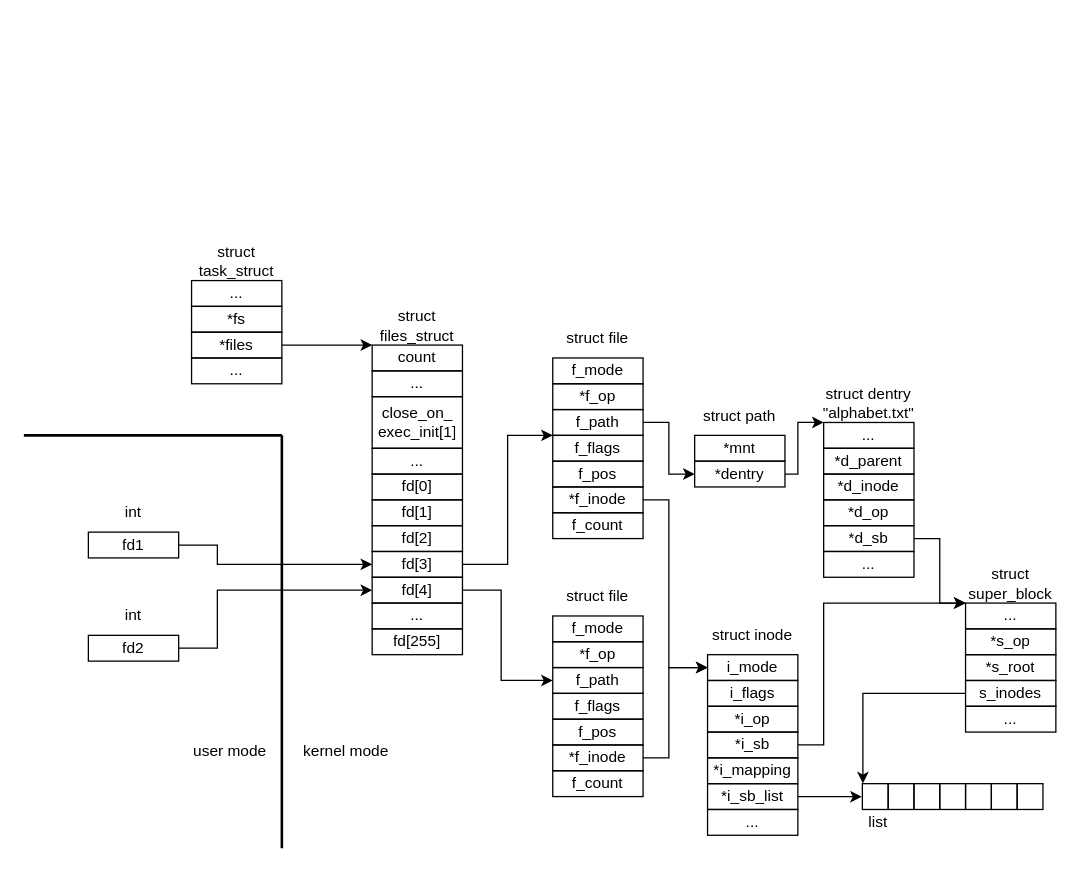
This is page "2" (2 of 3) of 06/lab_08/report/inc/img/1.drawio from fleshbound/bmstu-os, a draw.io file, before an edit. Source tidied: cells renumbered, new cells numbered last; positions are measured from the earlier drawing's top-left corner, leaving out a move shared by most shapes. Both pictures are drawn from the tidied source at 129%, with x=0, y=0 at pixel (23, 241).
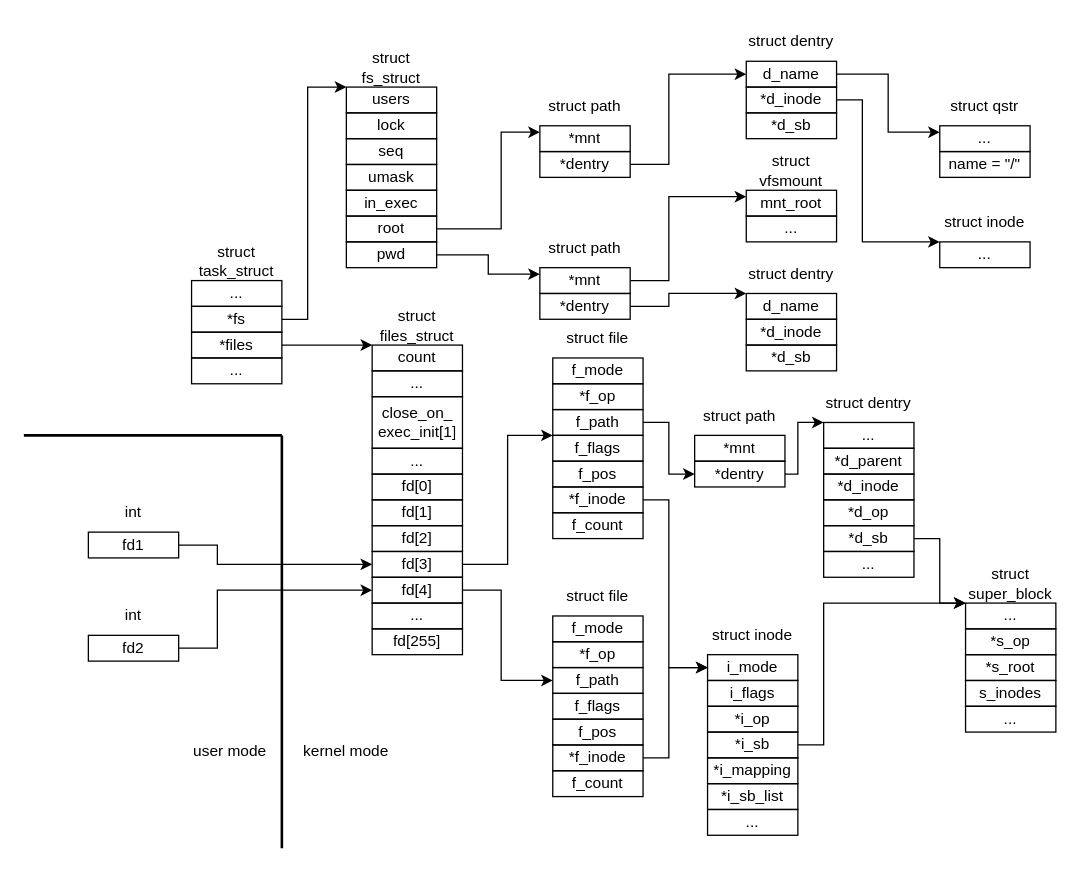
Above is the later version.

Unchanged cells that the change refers to:
```xml
<mxCell id="4" value="*fs" style="text;strokeColor=default;fillColor=none;align=center;verticalAlign=middle;spacingLeft=4;spacingRight=4;overflow=hidden;points=[[0,0.5],[1,0.5]];portConstraint=eastwest;whiteSpace=wrap;html=1;" parent="2" vertex="1">
  <mxGeometry y="50" width="70" height="20" as="geometry" />
</mxCell>
<mxCell id="51" value="s_inodes" style="text;strokeColor=default;fillColor=none;align=center;verticalAlign=middle;spacingLeft=4;spacingRight=4;overflow=hidden;points=[[0,0.5],[1,0.5]];portConstraint=eastwest;whiteSpace=wrap;html=1;" parent="47" vertex="1">
  <mxGeometry y="90" width="70" height="20" as="geometry" />
</mxCell>
<mxCell id="76" value="*i_sb_list" style="text;strokeColor=default;fillColor=none;align=center;verticalAlign=middle;spacingLeft=4;spacingRight=4;overflow=hidden;points=[[0,0.5],[1,0.5]];portConstraint=eastwest;whiteSpace=wrap;html=1;" parent="70" vertex="1">
  <mxGeometry y="130" width="70" height="20" as="geometry" />
</mxCell>
```

Change to the diagram source:
```diff
@@
-    <mxCell id="37" value="struct dentry &quot;alphabet.txt&quot;" style="swimlane;fontStyle=0;horizontal=1;startSize=30;whiteSpace=wrap;html=1;swimlaneLine=1;strokeColor=none;fillColor=default;" parent="1" vertex="1">
+    <mxCell id="37" value="struct dentry" style="swimlane;fontStyle=0;horizontal=1;startSize=30;whiteSpace=wrap;html=1;swimlaneLine=1;strokeColor=none;fillColor=default;" parent="1" vertex="1">
       <mxGeometry x="620" y="110" width="70" height="150" as="geometry" />
     </mxCell>
@@
-    <mxCell id="63" style="edgeStyle=orthogonalEdgeStyle;rounded=0;jettySize=auto;html=1;entryX=-0.007;entryY=0.98;entryDx=0;entryDy=0;entryPerimeter=0;" parent="1" edge="1" source="51" target="82">
-      <mxGeometry relative="1" as="geometry">
-        <Array as="points">
-          <mxPoint x="650" y="350" />
-        </Array>
-      </mxGeometry>
-    </mxCell>
@@
-    <mxCell id="78" style="edgeStyle=orthogonalEdgeStyle;rounded=0;jettySize=auto;html=1;entryX=0.506;entryY=1.022;entryDx=0;entryDy=0;entryPerimeter=0;" parent="1" edge="1" source="76" target="82">
-      <mxGeometry relative="1" as="geometry" />
-    </mxCell>
@@
-    <mxCell id="80" style="group;" parent="1" vertex="1">
-      <mxGeometry x="640" y="420" width="150" height="40" as="geometry" />
-    </mxCell>
-    <mxCell id="81" style="group;rotation=90;" parent="80" vertex="1">
-      <mxGeometry x="70" y="-60" width="20" height="140" as="geometry" />
-    </mxCell>
-    <mxCell id="82" value="&lt;span style=&quot;color: rgba(0, 0, 0, 0); font-family: monospace; font-size: 0px; text-align: start; text-wrap: nowrap;&quot;&gt;lis&lt;/span&gt;" style="text;strokeColor=default;fillColor=none;align=center;verticalAlign=middle;spacingLeft=4;spacingRight=4;overflow=hidden;points=[[0,0.5],[1,0.5]];portConstraint=eastwest;whiteSpace=wrap;html=1;rotation=90;" parent="81" vertex="1">
-      <mxGeometry x="-60" y="60" width="20" height="20" as="geometry" />
-    </mxCell>
-    <mxCell id="83" style="text;strokeColor=default;fillColor=none;align=center;verticalAlign=middle;spacingLeft=4;spacingRight=4;overflow=hidden;whiteSpace=wrap;html=1;rotation=90;" parent="81" vertex="1">
-      <mxGeometry x="-40" y="60" width="20" height="20" as="geometry" />
-    </mxCell>
-    <mxCell id="84" style="text;strokeColor=default;fillColor=none;align=center;verticalAlign=middle;spacingLeft=4;spacingRight=4;overflow=hidden;whiteSpace=wrap;html=1;rotation=90;" parent="81" vertex="1">
-      <mxGeometry x="-20" y="60" width="20" height="20" as="geometry" />
-    </mxCell>
-    <mxCell id="85" style="text;strokeColor=default;fillColor=none;align=center;verticalAlign=middle;spacingLeft=4;spacingRight=4;overflow=hidden;whiteSpace=wrap;html=1;rotation=90;" parent="81" vertex="1">
-      <mxGeometry y="60" width="20" height="20" as="geometry" />
-    </mxCell>
-    <mxCell id="86" style="text;strokeColor=default;fillColor=none;align=center;verticalAlign=middle;spacingLeft=4;spacingRight=4;overflow=hidden;whiteSpace=wrap;html=1;rotation=90;" parent="81" vertex="1">
-      <mxGeometry x="20" y="60" width="20" height="20" as="geometry" />
-    </mxCell>
-    <mxCell id="87" style="text;strokeColor=default;fillColor=none;align=center;verticalAlign=middle;spacingLeft=4;spacingRight=4;overflow=hidden;whiteSpace=wrap;html=1;rotation=90;" parent="81" vertex="1">
-      <mxGeometry x="40" y="60" width="20" height="20" as="geometry" />
-    </mxCell>
-    <mxCell id="88" style="text;strokeColor=default;fillColor=none;align=center;verticalAlign=middle;spacingLeft=4;spacingRight=4;overflow=hidden;whiteSpace=wrap;html=1;rotation=90;" parent="81" vertex="1">
-      <mxGeometry x="60" y="60" width="20" height="20" as="geometry" />
-    </mxCell>
-    <mxCell id="89" value="list" style="text;strokeColor=none;fillColor=none;align=center;verticalAlign=middle;spacingLeft=4;spacingRight=4;overflow=hidden;whiteSpace=wrap;html=1;" parent="80" vertex="1">
-      <mxGeometry y="20" width="45" height="20" as="geometry" />
-    </mxCell>
+    <mxCell id="90" value="struct fs_struct" style="swimlane;fontStyle=0;horizontal=1;startSize=30;whiteSpace=wrap;html=1;swimlaneLine=1;strokeColor=none;fillColor=default;" parent="1" vertex="1">
+      <mxGeometry x="250" y="-150" width="70" height="170" as="geometry" />
+    </mxCell>
+    <mxCell id="91" value="users" style="text;strokeColor=default;fillColor=none;align=center;verticalAlign=middle;spacingLeft=4;spacingRight=4;overflow=hidden;whiteSpace=wrap;html=1;" parent="90" vertex="1">
+      <mxGeometry y="30" width="70" height="20" as="geometry" />
+    </mxCell>
+    <mxCell id="92" value="lock" style="text;strokeColor=default;fillColor=none;align=center;verticalAlign=middle;spacingLeft=4;spacingRight=4;overflow=hidden;whiteSpace=wrap;html=1;" parent="90" vertex="1">
+      <mxGeometry y="50" width="70" height="20" as="geometry" />
+    </mxCell>
+    <mxCell id="93" value="seq" style="text;strokeColor=default;fillColor=none;align=center;verticalAlign=middle;spacingLeft=4;spacingRight=4;overflow=hidden;whiteSpace=wrap;html=1;" parent="90" vertex="1">
+      <mxGeometry y="70" width="70" height="20" as="geometry" />
+    </mxCell>
+    <mxCell id="94" value="umask" style="text;strokeColor=default;fillColor=none;align=center;verticalAlign=middle;spacingLeft=4;spacingRight=4;overflow=hidden;whiteSpace=wrap;html=1;" parent="90" vertex="1">
+      <mxGeometry y="90" width="70" height="20" as="geometry" />
+    </mxCell>
+    <mxCell id="95" value="in_exec" style="text;strokeColor=default;fillColor=none;align=center;verticalAlign=middle;spacingLeft=4;spacingRight=4;overflow=hidden;whiteSpace=wrap;html=1;" parent="90" vertex="1">
+      <mxGeometry y="110" width="70" height="20" as="geometry" />
+    </mxCell>
+    <mxCell id="96" value="root" style="text;strokeColor=default;fillColor=none;align=center;verticalAlign=middle;spacingLeft=4;spacingRight=4;overflow=hidden;points=[[0,0.5],[1,0.5]];portConstraint=eastwest;whiteSpace=wrap;html=1;" parent="90" vertex="1">
+      <mxGeometry y="130" width="70" height="20" as="geometry" />
+    </mxCell>
+    <mxCell id="97" value="pwd" style="text;strokeColor=default;fillColor=none;align=center;verticalAlign=middle;spacingLeft=4;spacingRight=4;overflow=hidden;points=[[0,0.5],[1,0.5]];portConstraint=eastwest;whiteSpace=wrap;html=1;" parent="90" vertex="1">
+      <mxGeometry y="150" width="70" height="20" as="geometry" />
+    </mxCell>
+    <mxCell id="98" value="struct path" style="swimlane;fontStyle=0;horizontal=1;startSize=30;whiteSpace=wrap;html=1;swimlaneLine=1;strokeColor=none;fillColor=default;" parent="1" vertex="1">
+      <mxGeometry x="400" y="-120" width="70" height="70" as="geometry" />
+    </mxCell>
+    <mxCell id="99" value="*mnt" style="text;strokeColor=default;fillColor=none;align=center;verticalAlign=middle;spacingLeft=4;spacingRight=4;overflow=hidden;whiteSpace=wrap;html=1;" parent="98" vertex="1">
+      <mxGeometry y="30" width="70" height="20" as="geometry" />
+    </mxCell>
+    <mxCell id="100" value="*dentry" style="text;strokeColor=default;fillColor=none;align=center;verticalAlign=middle;spacingLeft=4;spacingRight=4;overflow=hidden;points=[[0,0.5],[1,0.5]];portConstraint=eastwest;whiteSpace=wrap;html=1;" parent="98" vertex="1">
+      <mxGeometry y="50" width="70" height="20" as="geometry" />
+    </mxCell>
+    <mxCell id="101" style="edgeStyle=orthogonalEdgeStyle;rounded=0;jettySize=auto;html=1;exitX=1;exitY=0.5;exitDx=0;exitDy=0;" parent="1" edge="1" source="96" target="98">
+      <mxGeometry relative="1" as="geometry">
+        <Array as="points">
+          <mxPoint x="370" y="-10" />
+          <mxPoint x="370" y="-85" />
+        </Array>
+      </mxGeometry>
+    </mxCell>
+    <mxCell id="102" value="struct path" style="swimlane;fontStyle=0;horizontal=1;startSize=30;whiteSpace=wrap;html=1;swimlaneLine=1;strokeColor=none;fillColor=default;" parent="1" vertex="1">
+      <mxGeometry x="400" y="-10" width="70" height="70" as="geometry" />
+    </mxCell>
+    <mxCell id="103" value="*mnt" style="text;strokeColor=default;fillColor=none;align=center;verticalAlign=middle;spacingLeft=4;spacingRight=4;overflow=hidden;points=[[0,0.5],[1,0.5]];portConstraint=eastwest;whiteSpace=wrap;html=1;" parent="102" vertex="1">
+      <mxGeometry y="30" width="70" height="20" as="geometry" />
+    </mxCell>
+    <mxCell id="104" value="*dentry" style="text;strokeColor=default;fillColor=none;align=center;verticalAlign=middle;spacingLeft=4;spacingRight=4;overflow=hidden;points=[[0,0.5],[1,0.5]];portConstraint=eastwest;whiteSpace=wrap;html=1;" parent="102" vertex="1">
+      <mxGeometry y="50" width="70" height="20" as="geometry" />
+    </mxCell>
+    <mxCell id="105" style="edgeStyle=orthogonalEdgeStyle;rounded=0;jettySize=auto;html=1;exitX=1;exitY=0.5;exitDx=0;exitDy=0;" parent="1" edge="1" source="97" target="102">
+      <mxGeometry relative="1" as="geometry" />
+    </mxCell>
+    <mxCell id="106" value="struct vfsmount" style="swimlane;fontStyle=0;horizontal=1;startSize=30;whiteSpace=wrap;html=1;swimlaneLine=1;strokeColor=none;fillColor=default;" parent="1" vertex="1">
+      <mxGeometry x="560" y="-70" width="70" height="70" as="geometry" />
+    </mxCell>
+    <mxCell id="107" value="mnt_root" style="text;strokeColor=default;fillColor=none;align=center;verticalAlign=middle;spacingLeft=4;spacingRight=4;overflow=hidden;whiteSpace=wrap;html=1;" parent="106" vertex="1">
+      <mxGeometry y="30" width="70" height="20" as="geometry" />
+    </mxCell>
+    <mxCell id="108" value="..." style="text;strokeColor=default;fillColor=none;align=center;verticalAlign=middle;spacingLeft=4;spacingRight=4;overflow=hidden;whiteSpace=wrap;html=1;" parent="106" vertex="1">
+      <mxGeometry y="50" width="70" height="20" as="geometry" />
+    </mxCell>
+    <mxCell id="109" style="edgeStyle=orthogonalEdgeStyle;rounded=0;jettySize=auto;html=1;exitX=1;exitY=0.5;exitDx=0;exitDy=0;" parent="1" edge="1" source="103" target="106">
+      <mxGeometry relative="1" as="geometry">
+        <Array as="points">
+          <mxPoint x="500" y="30" />
+          <mxPoint x="500" y="-35" />
+        </Array>
+      </mxGeometry>
+    </mxCell>
+    <mxCell id="110" value="struct dentry" style="swimlane;fontStyle=0;horizontal=1;startSize=30;whiteSpace=wrap;html=1;swimlaneLine=1;strokeColor=none;fillColor=default;" parent="1" vertex="1">
+      <mxGeometry x="560" y="-170" width="70" height="90" as="geometry" />
+    </mxCell>
+    <mxCell id="111" value="d_name" style="text;strokeColor=default;fillColor=none;align=center;verticalAlign=middle;spacingLeft=4;spacingRight=4;overflow=hidden;points=[[0,0.5],[1,0.5]];portConstraint=eastwest;whiteSpace=wrap;html=1;" parent="110" vertex="1">
+      <mxGeometry y="30" width="70" height="20" as="geometry" />
+    </mxCell>
+    <mxCell id="112" value="*d_inode" style="text;strokeColor=default;fillColor=none;align=center;verticalAlign=middle;spacingLeft=4;spacingRight=4;overflow=hidden;points=[[0,0.5],[1,0.5]];portConstraint=eastwest;whiteSpace=wrap;html=1;" parent="110" vertex="1">
+      <mxGeometry y="50" width="70" height="20" as="geometry" />
+    </mxCell>
+    <mxCell id="113" value="*d_sb" style="text;strokeColor=default;fillColor=none;align=center;verticalAlign=middle;spacingLeft=4;spacingRight=4;overflow=hidden;whiteSpace=wrap;html=1;" parent="110" vertex="1">
+      <mxGeometry y="70" width="70" height="20" as="geometry" />
+    </mxCell>
+    <mxCell id="114" style="edgeStyle=orthogonalEdgeStyle;rounded=0;jettySize=auto;html=1;exitX=1;exitY=0.5;exitDx=0;exitDy=0;" parent="1" edge="1" source="100" target="110">
+      <mxGeometry relative="1" as="geometry">
+        <Array as="points">
+          <mxPoint x="500" y="-60" />
+          <mxPoint x="500" y="-130" />
+        </Array>
+      </mxGeometry>
+    </mxCell>
+    <mxCell id="115" value="struct qstr" style="swimlane;fontStyle=0;horizontal=1;startSize=30;whiteSpace=wrap;html=1;swimlaneLine=1;strokeColor=none;fillColor=default;" parent="1" vertex="1">
+      <mxGeometry x="710" y="-120" width="70" height="70" as="geometry" />
+    </mxCell>
+    <mxCell id="116" value="..." style="text;strokeColor=default;fillColor=none;align=center;verticalAlign=middle;spacingLeft=4;spacingRight=4;overflow=hidden;whiteSpace=wrap;html=1;" parent="115" vertex="1">
+      <mxGeometry y="30" width="70" height="20" as="geometry" />
+    </mxCell>
+    <mxCell id="117" value="name = &quot;/&quot;" style="text;strokeColor=default;fillColor=none;align=center;verticalAlign=middle;spacingLeft=4;spacingRight=4;overflow=hidden;whiteSpace=wrap;html=1;" parent="115" vertex="1">
+      <mxGeometry y="50" width="70" height="20" as="geometry" />
+    </mxCell>
+    <mxCell id="118" style="edgeStyle=orthogonalEdgeStyle;rounded=0;jettySize=auto;html=1;exitX=1;exitY=0.5;exitDx=0;exitDy=0;" parent="1" edge="1" source="111" target="115">
+      <mxGeometry relative="1" as="geometry" />
+    </mxCell>
+    <mxCell id="119" value="struct dentry" style="swimlane;fontStyle=0;horizontal=1;startSize=30;whiteSpace=wrap;html=1;swimlaneLine=1;strokeColor=none;fillColor=default;" parent="1" vertex="1">
+      <mxGeometry x="560" y="10" width="70" height="90" as="geometry" />
+    </mxCell>
+    <mxCell id="120" value="d_name" style="text;strokeColor=default;fillColor=none;align=center;verticalAlign=middle;spacingLeft=4;spacingRight=4;overflow=hidden;whiteSpace=wrap;html=1;" parent="119" vertex="1">
+      <mxGeometry y="30" width="70" height="20" as="geometry" />
+    </mxCell>
+    <mxCell id="121" value="*d_inode" style="text;strokeColor=default;fillColor=none;align=center;verticalAlign=middle;spacingLeft=4;spacingRight=4;overflow=hidden;whiteSpace=wrap;html=1;" parent="119" vertex="1">
+      <mxGeometry y="50" width="70" height="20" as="geometry" />
+    </mxCell>
+    <mxCell id="122" value="*d_sb" style="text;strokeColor=default;fillColor=none;align=center;verticalAlign=middle;spacingLeft=4;spacingRight=4;overflow=hidden;whiteSpace=wrap;html=1;" parent="119" vertex="1">
+      <mxGeometry y="70" width="70" height="20" as="geometry" />
+    </mxCell>
+    <mxCell id="123" style="edgeStyle=orthogonalEdgeStyle;rounded=0;jettySize=auto;html=1;exitX=1;exitY=0.5;exitDx=0;exitDy=0;" parent="1" edge="1" source="104" target="119">
+      <mxGeometry relative="1" as="geometry">
+        <Array as="points">
+          <mxPoint x="500" y="50" />
+          <mxPoint x="500" y="40" />
+        </Array>
+      </mxGeometry>
+    </mxCell>
+    <mxCell id="124" value="struct inode" style="swimlane;fontStyle=0;horizontal=1;startSize=30;whiteSpace=wrap;html=1;swimlaneLine=1;strokeColor=none;fillColor=default;" parent="1" vertex="1">
+      <mxGeometry x="710" y="-30" width="70" height="50" as="geometry" />
+    </mxCell>
+    <mxCell id="125" value="..." style="text;strokeColor=default;fillColor=none;align=center;verticalAlign=middle;spacingLeft=4;spacingRight=4;overflow=hidden;whiteSpace=wrap;html=1;" parent="124" vertex="1">
+      <mxGeometry y="30" width="70" height="20" as="geometry" />
+    </mxCell>
+    <mxCell id="126" style="edgeStyle=orthogonalEdgeStyle;rounded=0;jettySize=auto;html=1;exitX=1;exitY=0.5;exitDx=0;exitDy=0;" parent="1" edge="1" source="112" target="124">
+      <mxGeometry relative="1" as="geometry">
+        <Array as="points">
+          <mxPoint x="650" y="-110" />
+          <mxPoint x="650" />
+        </Array>
+      </mxGeometry>
+    </mxCell>
+    <mxCell id="127" style="edgeStyle=orthogonalEdgeStyle;rounded=0;jettySize=auto;html=1;exitX=1;exitY=0.5;exitDx=0;exitDy=0;" parent="1" edge="1" source="4" target="90">
+      <mxGeometry relative="1" as="geometry">
+        <Array as="points">
+          <mxPoint x="220" y="60" />
+          <mxPoint x="220" y="-120" />
+        </Array>
+      </mxGeometry>
+    </mxCell>
```
